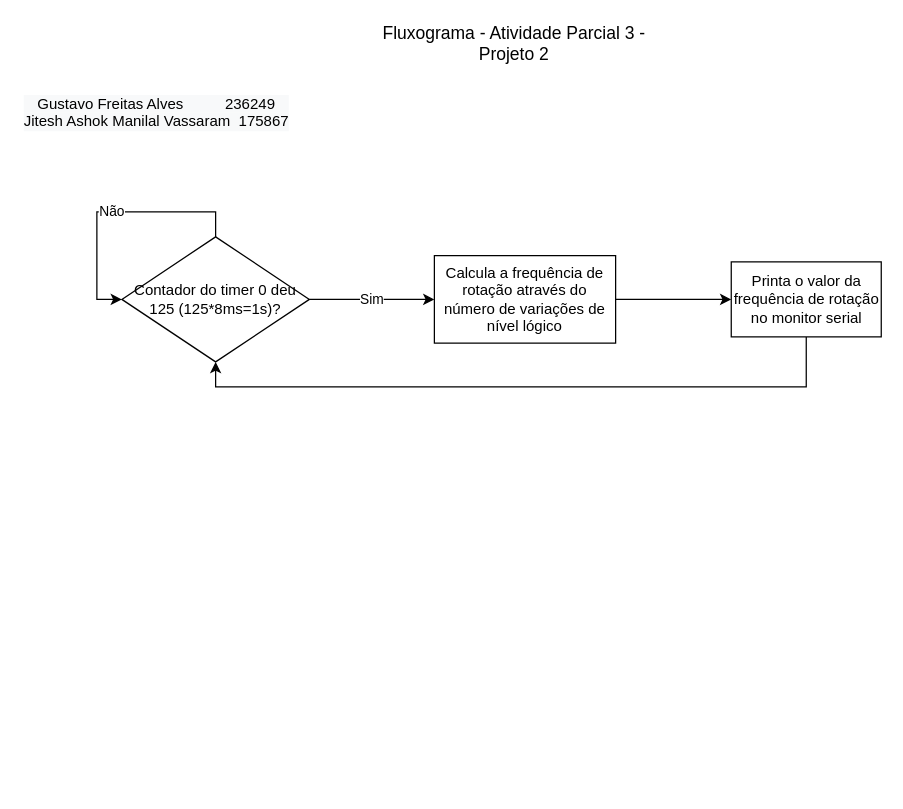
Above: Projeto 2/Untitled Diagram.drawio in GustavoFA/EA076_2022_1S (draw.io), before the change. Source tidied: cells renumbered, new cells numbered last; positions are measured from the earlier drawing's top-left corner, leaving out a move shared by most shapes. Both pictures are drawn from the tidied source at 125%, with x=0, y=0 at pixel (21, 24).
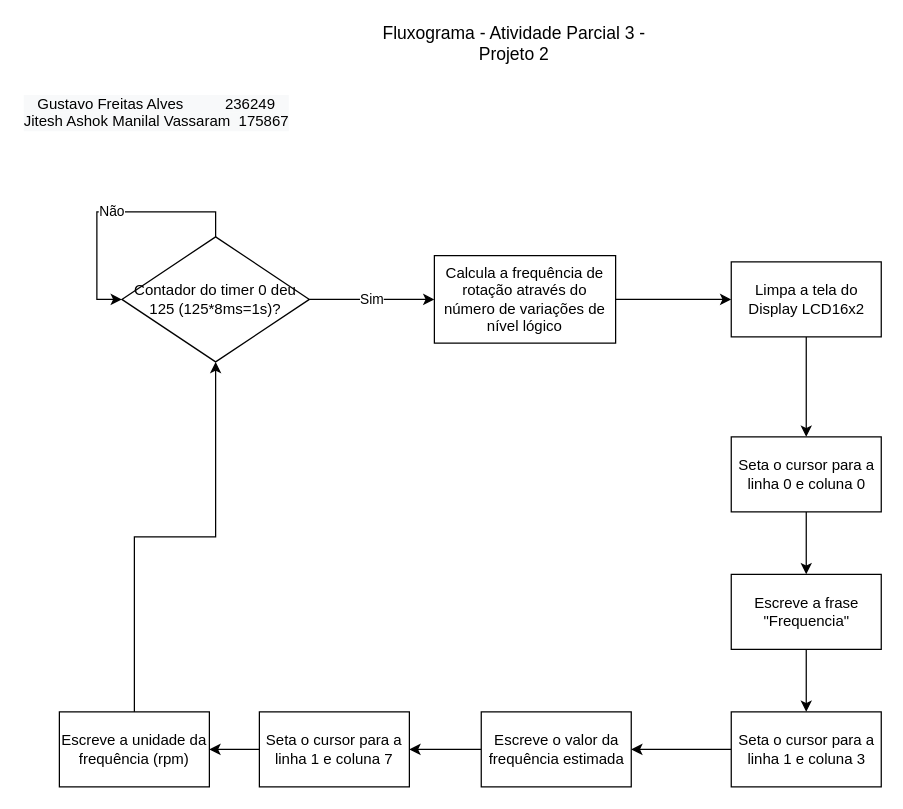
After the change.

Unchanged cells that the change refers to:
```xml
<mxCell id="4" value="&lt;span&gt;Contador do timer 0 deu 125 (125*8ms=1s)?&lt;/span&gt;" style="rhombus;whiteSpace=wrap;html=1;" parent="1" vertex="1">
  <mxGeometry x="80" y="170" width="150" height="100" as="geometry" />
</mxCell>
```

Diff of the diagram source:
```diff
@@
-    <mxCell id="7" style="edgeStyle=orthogonalEdgeStyle;rounded=0;jettySize=auto;html=1;exitX=0.5;exitY=1;exitDx=0;exitDy=0;entryX=0.5;entryY=1;entryDx=0;entryDy=0;" parent="1" edge="1" source="8" target="4">
-      <mxGeometry relative="1" as="geometry" />
-    </mxCell>
+    <mxCell id="11" style="edgeStyle=orthogonalEdgeStyle;rounded=0;jettySize=auto;html=1;" parent="1" edge="1" source="8" target="13">
+      <mxGeometry relative="1" as="geometry" />
+    </mxCell>
-    <mxCell id="8" value="Printa o valor da frequência de rotação no monitor serial" style="whiteSpace=wrap;html=1;" parent="1" vertex="1">
+    <mxCell id="8" value="Limpa a tela do Display LCD16x2" style="whiteSpace=wrap;html=1;" parent="1" vertex="1">
       <mxGeometry x="567.5" y="190" width="120" height="60" as="geometry" />
     </mxCell>
@@
+    <mxCell id="12" style="edgeStyle=orthogonalEdgeStyle;rounded=0;jettySize=auto;html=1;" parent="1" edge="1" source="13" target="15">
+      <mxGeometry relative="1" as="geometry" />
+    </mxCell>
+    <mxCell id="13" value="Seta o cursor para a linha 0 e coluna 0" style="whiteSpace=wrap;html=1;" parent="1" vertex="1">
+      <mxGeometry x="567.5" y="330" width="120" height="60" as="geometry" />
+    </mxCell>
+    <mxCell id="14" style="edgeStyle=orthogonalEdgeStyle;rounded=0;jettySize=auto;html=1;" parent="1" edge="1" source="15" target="17">
+      <mxGeometry relative="1" as="geometry" />
+    </mxCell>
+    <mxCell id="15" value="Escreve a frase &quot;Frequencia&quot;" style="whiteSpace=wrap;html=1;" parent="1" vertex="1">
+      <mxGeometry x="567.5" y="440" width="120" height="60" as="geometry" />
+    </mxCell>
+    <mxCell id="16" style="edgeStyle=orthogonalEdgeStyle;rounded=0;jettySize=auto;html=1;" parent="1" edge="1" source="17" target="19">
+      <mxGeometry relative="1" as="geometry" />
+    </mxCell>
+    <mxCell id="17" value="Seta o cursor para a linha 1 e coluna 3" style="whiteSpace=wrap;html=1;" parent="1" vertex="1">
+      <mxGeometry x="567.5" y="550" width="120" height="60" as="geometry" />
+    </mxCell>
+    <mxCell id="18" style="edgeStyle=orthogonalEdgeStyle;rounded=0;jettySize=auto;html=1;" parent="1" edge="1" source="19" target="21">
+      <mxGeometry relative="1" as="geometry" />
+    </mxCell>
+    <mxCell id="19" value="Escreve o valor da frequência estimada" style="whiteSpace=wrap;html=1;" parent="1" vertex="1">
+      <mxGeometry x="367.5" y="550" width="120" height="60" as="geometry" />
+    </mxCell>
+    <mxCell id="20" style="edgeStyle=orthogonalEdgeStyle;rounded=0;jettySize=auto;html=1;" parent="1" edge="1" source="21" target="23">
+      <mxGeometry relative="1" as="geometry" />
+    </mxCell>
+    <mxCell id="21" value="Seta o cursor para a linha 1 e coluna 7" style="whiteSpace=wrap;html=1;" parent="1" vertex="1">
+      <mxGeometry x="190" y="550" width="120" height="60" as="geometry" />
+    </mxCell>
+    <mxCell id="22" style="edgeStyle=orthogonalEdgeStyle;rounded=0;jettySize=auto;html=1;exitX=0.5;exitY=0;exitDx=0;exitDy=0;entryX=0.5;entryY=1;entryDx=0;entryDy=0;" parent="1" edge="1" source="23" target="4">
+      <mxGeometry relative="1" as="geometry" />
+    </mxCell>
+    <mxCell id="23" value="Escreve a unidade da frequência (rpm)" style="whiteSpace=wrap;html=1;" parent="1" vertex="1">
+      <mxGeometry x="30" y="550" width="120" height="60" as="geometry" />
+    </mxCell>
```
